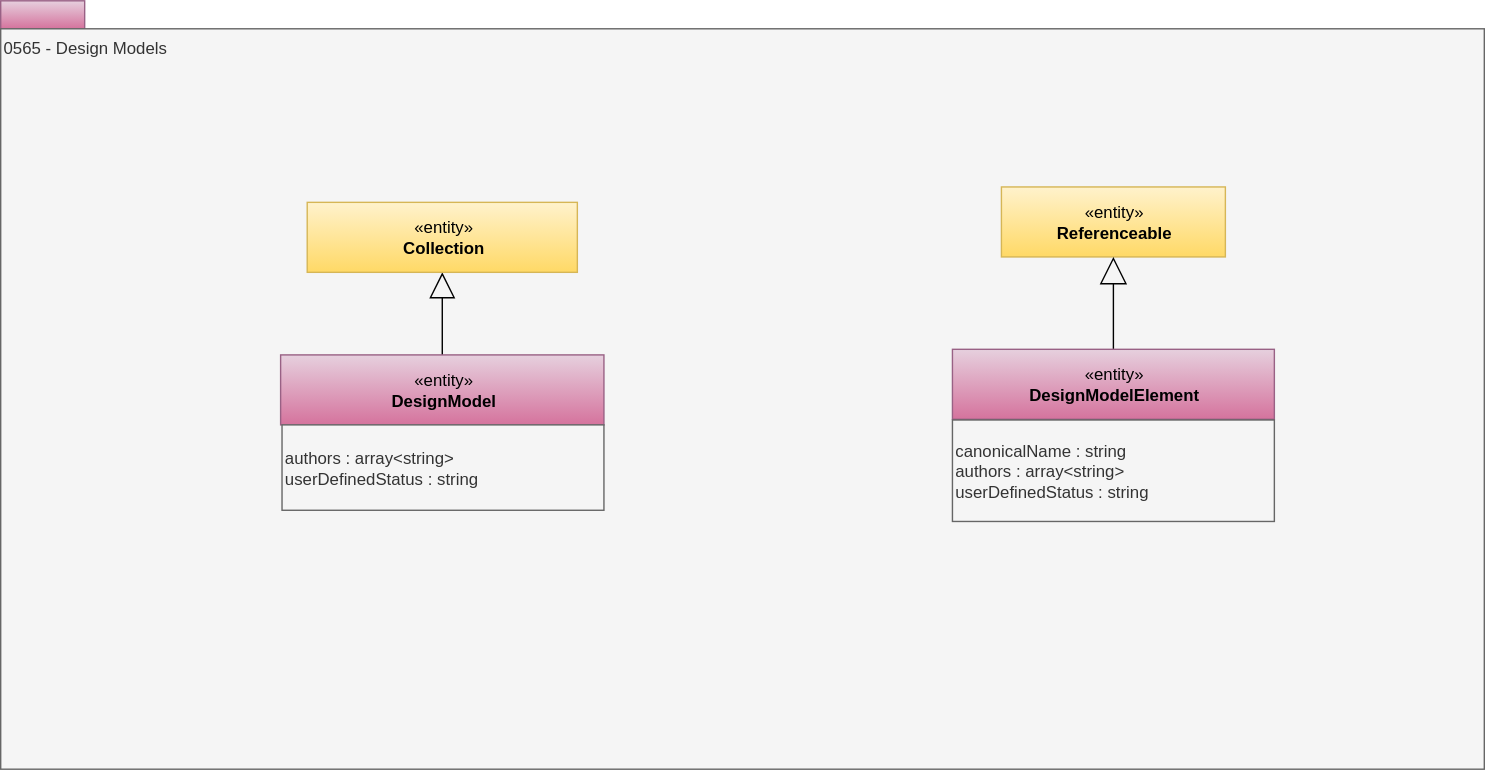
The draw.io diagram site/docs/types/5/0565-Design-Models.svg in odpi/egeria-docs, before a commit. Source tidied: cells renumbered, new cells last; positions are measured from the earlier drawing's top-left corner, leaving out a move shared by most shapes. The source it was exported from:
```xml
<mxGraphModel>
  <root>
    <mxCell id="0" />
    <mxCell id="1" parent="0" />
    <mxCell id="2" style="rounded=0;whiteSpace=wrap;html=1;align=left;fillColor=#e6d0de;strokeColor=#996185;gradientColor=#d5739d;" parent="1" vertex="1">
      <mxGeometry width="60" height="20" as="geometry" />
    </mxCell>
    <mxCell id="3" value="0565 - Design Models" style="rounded=0;whiteSpace=wrap;html=1;align=left;verticalAlign=top;fillColor=#f5f5f5;fontColor=#333333;strokeColor=#666666;" parent="1" vertex="1">
      <mxGeometry y="20" width="1060" height="529" as="geometry" />
    </mxCell>
    <mxCell id="4" value="«entity»&lt;br&gt;&lt;b&gt;Referenceable&lt;/b&gt;" style="html=1;strokeColor=#d6b656;align=center;fillColor=#fff2cc;gradientColor=#ffd966;" parent="1" vertex="1">
      <mxGeometry x="715" y="133" width="160" height="50" as="geometry" />
    </mxCell>
    <mxCell id="5" style="edgeStyle=orthogonalEdgeStyle;rounded=0;jumpSize=15;jettySize=auto;html=1;exitX=0.5;exitY=0;exitDx=0;exitDy=0;entryX=0.5;entryY=1;entryDx=0;entryDy=0;startArrow=none;startFill=0;startSize=17;sourcePerimeterSpacing=0;endArrow=block;endFill=0;targetPerimeterSpacing=0;strokeWidth=1;fontColor=#000000;endSize=17;" parent="1" edge="1" source="6" target="4">
      <mxGeometry relative="1" as="geometry" />
    </mxCell>
    <mxCell id="6" value="«entity»&lt;br&gt;&lt;b&gt;DesignModelElement&lt;/b&gt;" style="html=1;strokeColor=#996185;align=center;fillColor=#e6d0de;gradientColor=#d5739d;" parent="1" vertex="1">
      <mxGeometry x="680" y="249" width="230" height="50" as="geometry" />
    </mxCell>
    <mxCell id="7" value="&lt;span&gt;canonicalName : string&lt;br&gt;&lt;/span&gt;authors : array&amp;lt;string&amp;gt;&lt;br&gt;&lt;div&gt;userDefinedStatus : string&lt;/div&gt;" style="rounded=0;whiteSpace=wrap;html=1;strokeColor=#666666;align=left;fillColor=#f5f5f5;fontColor=#333333;" parent="1" vertex="1">
      <mxGeometry x="680" y="299.5" width="230" height="72.5" as="geometry" />
    </mxCell>
    <mxCell id="8" style="edgeStyle=orthogonalEdgeStyle;rounded=0;jettySize=auto;html=1;exitX=0.5;exitY=0;exitDx=0;exitDy=0;endArrow=block;endFill=0;endSize=16;" parent="1" edge="1" source="9" target="10">
      <mxGeometry relative="1" as="geometry" />
    </mxCell>
    <mxCell id="9" value="«entity»&lt;br&gt;&lt;b&gt;DesignModel&lt;/b&gt;" style="html=1;strokeColor=#996185;align=center;fillColor=#e6d0de;gradientColor=#d5739d;" parent="1" vertex="1">
      <mxGeometry x="200" y="253" width="231" height="50" as="geometry" />
    </mxCell>
    <mxCell id="10" value="«entity»&lt;br&gt;&lt;b&gt;Collection&lt;/b&gt;" style="html=1;strokeColor=#d6b656;align=center;fillColor=#fff2cc;gradientColor=#ffd966;" parent="1" vertex="1">
      <mxGeometry x="219" y="144" width="193" height="50" as="geometry" />
    </mxCell>
    <mxCell id="11" value="authors : array&amp;lt;string&amp;gt;&lt;br&gt;&lt;div&gt;userDefinedStatus : string&lt;/div&gt;" style="rounded=0;whiteSpace=wrap;html=1;strokeColor=#666666;align=left;fillColor=#f5f5f5;fontColor=#333333;" parent="1" vertex="1">
      <mxGeometry x="201" y="303" width="230" height="61" as="geometry" />
    </mxCell>
  </root>
</mxGraphModel>
```
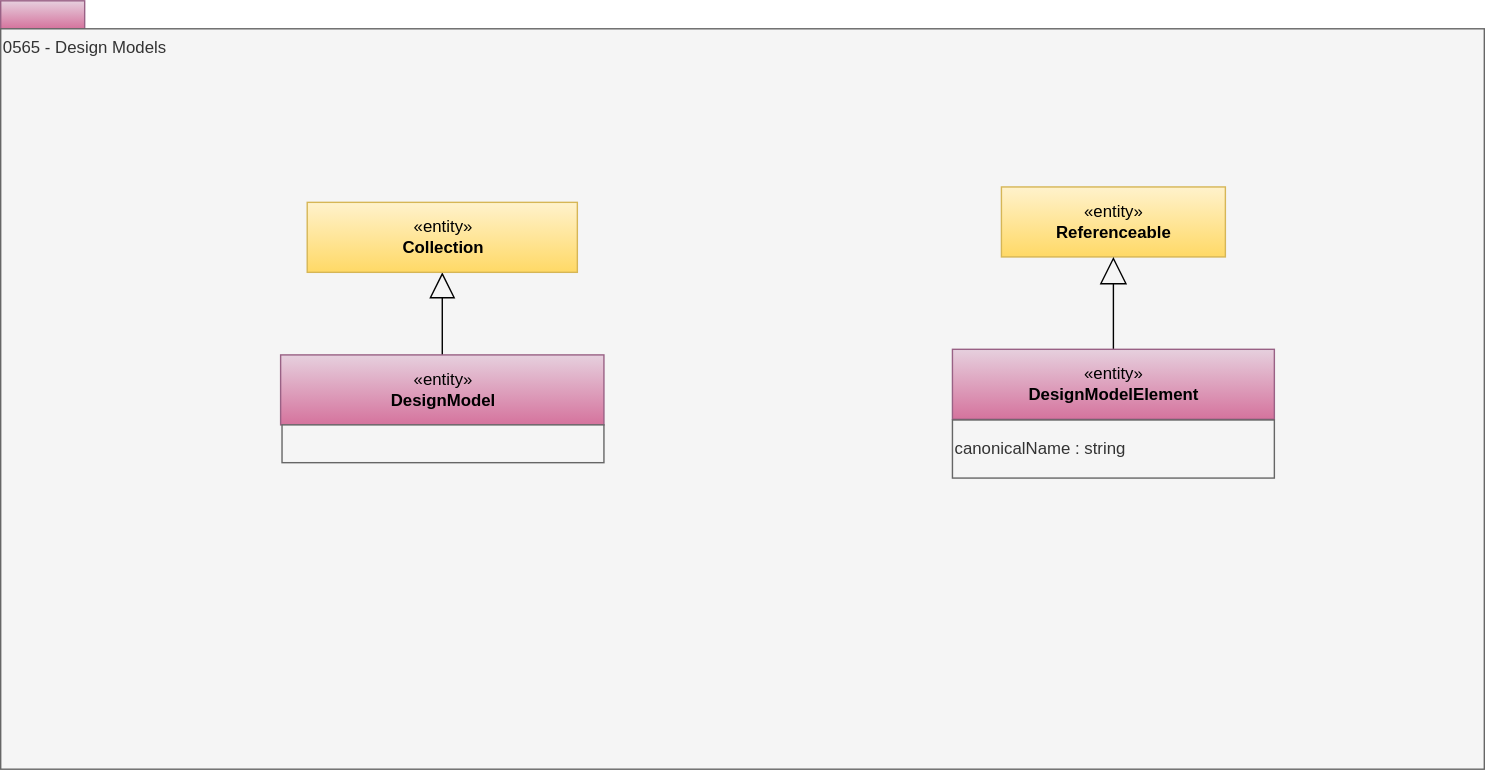
The same diagram one commit later.

Change to the diagram source:
```diff
@@ -17,8 +17,8 @@
     <mxCell id="6" value="«entity»&lt;br&gt;&lt;b&gt;DesignModelElement&lt;/b&gt;" style="html=1;strokeColor=#996185;align=center;fillColor=#e6d0de;gradientColor=#d5739d;" parent="1" vertex="1">
       <mxGeometry x="680" y="249" width="230" height="50" as="geometry" />
     </mxCell>
-    <mxCell id="7" value="&lt;span&gt;canonicalName : string&lt;br&gt;&lt;/span&gt;authors : array&amp;lt;string&amp;gt;&lt;br&gt;&lt;div&gt;userDefinedStatus : string&lt;/div&gt;" style="rounded=0;whiteSpace=wrap;html=1;strokeColor=#666666;align=left;fillColor=#f5f5f5;fontColor=#333333;" parent="1" vertex="1">
-      <mxGeometry x="680" y="299.5" width="230" height="72.5" as="geometry" />
+    <mxCell id="7" value="&lt;span&gt;canonicalName : string&lt;/span&gt;" style="rounded=0;whiteSpace=wrap;html=1;strokeColor=#666666;align=left;fillColor=#f5f5f5;fontColor=#333333;" parent="1" vertex="1">
+      <mxGeometry x="680" y="299.5" width="230" height="41.5" as="geometry" />
     </mxCell>
     <mxCell id="8" style="edgeStyle=orthogonalEdgeStyle;rounded=0;jettySize=auto;html=1;exitX=0.5;exitY=0;exitDx=0;exitDy=0;endArrow=block;endFill=0;endSize=16;" parent="1" edge="1" source="9" target="10">
       <mxGeometry relative="1" as="geometry" />
@@ -29,8 +29,8 @@
     <mxCell id="10" value="«entity»&lt;br&gt;&lt;b&gt;Collection&lt;/b&gt;" style="html=1;strokeColor=#d6b656;align=center;fillColor=#fff2cc;gradientColor=#ffd966;" parent="1" vertex="1">
       <mxGeometry x="219" y="144" width="193" height="50" as="geometry" />
     </mxCell>
-    <mxCell id="11" value="authors : array&amp;lt;string&amp;gt;&lt;br&gt;&lt;div&gt;userDefinedStatus : string&lt;/div&gt;" style="rounded=0;whiteSpace=wrap;html=1;strokeColor=#666666;align=left;fillColor=#f5f5f5;fontColor=#333333;" parent="1" vertex="1">
-      <mxGeometry x="201" y="303" width="230" height="61" as="geometry" />
+    <mxCell id="11" style="rounded=0;whiteSpace=wrap;html=1;strokeColor=#666666;align=left;fillColor=#f5f5f5;fontColor=#333333;" parent="1" vertex="1">
+      <mxGeometry x="201" y="303" width="230" height="27" as="geometry" />
     </mxCell>
   </root>
 </mxGraphModel>
```
